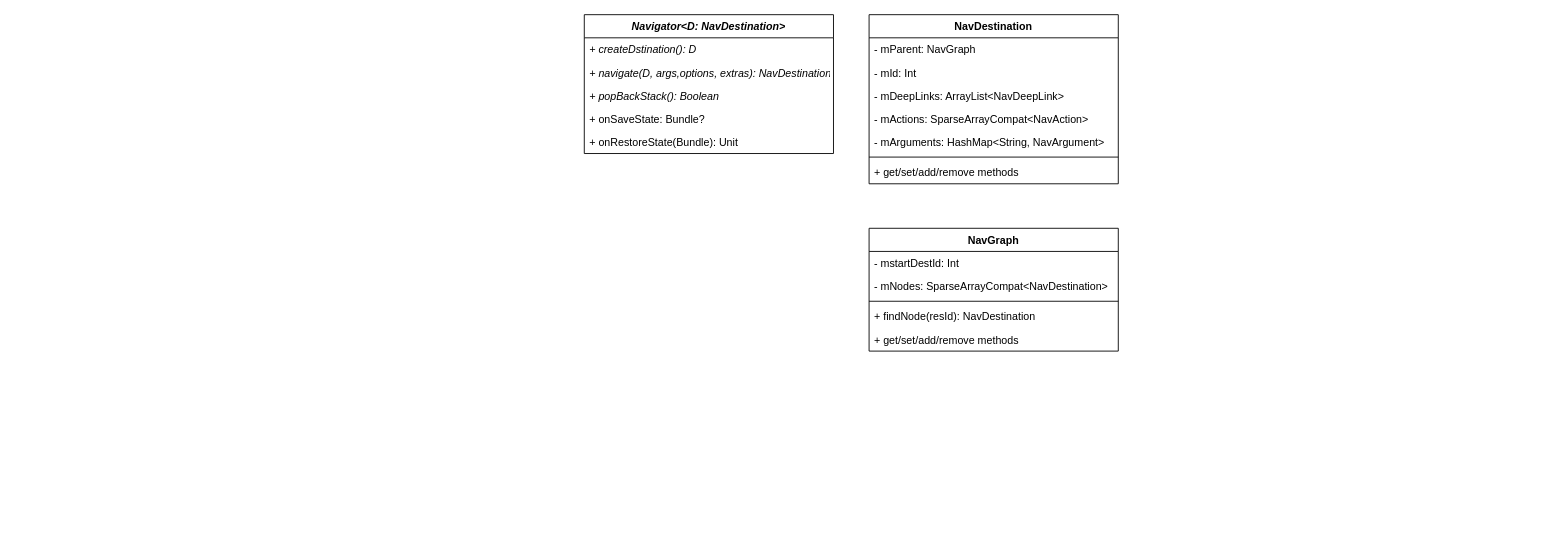
Cmdone/Draw.io keeps this draw.io diagram as Navigation.drawio. Above is the earlier version. Source tidied: cells renumbered, new cells numbered last; positions are measured from the earlier drawing's top-left corner, leaving out a move shared by most shapes. Both pictures are drawn from the tidied source at 89%, with x=0, y=0 at pixel (584, 14).
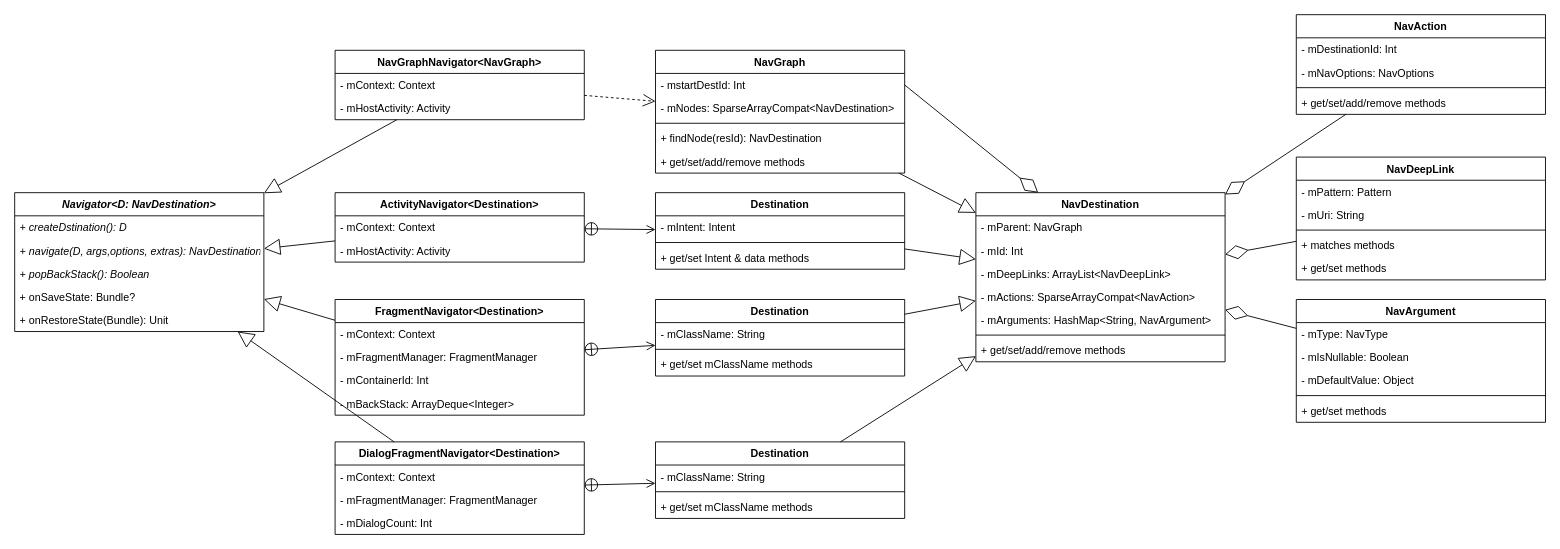
The same diagram, later.

Unchanged cells that the change refers to:
```xml
<mxCell id="17" value="- mstartDestId: Int" style="text;strokeColor=none;fillColor=none;align=left;verticalAlign=top;spacingLeft=4;spacingRight=4;overflow=hidden;points=[[0,0.5],[1,0.5]];portConstraint=eastwest;" parent="16" vertex="1">
  <mxGeometry y="26" width="280" height="26" as="geometry" />
</mxCell>
```

What changed in the source:
```diff
@@
     <mxCell id="2" value="NavDestination" style="swimlane;fontStyle=1;align=center;verticalAlign=top;horizontal=1;startSize=26;" parent="1" vertex="1">
-      <mxGeometry x="320" width="280" height="190" as="geometry" />
+      <mxGeometry x="440" y="200" width="280" height="190" as="geometry" />
     </mxCell>
@@
     <mxCell id="10" value="Navigator&lt;D: NavDestination&gt;" style="swimlane;fontStyle=3;align=center;verticalAlign=top;horizontal=1;startSize=26;" parent="1" vertex="1">
-      <mxGeometry width="280" height="156" as="geometry" />
+      <mxGeometry x="-640" y="200" width="280" height="156" as="geometry" />
     </mxCell>
@@
     <mxCell id="16" value="NavGraph" style="swimlane;fontStyle=1;align=center;verticalAlign=top;horizontal=1;startSize=26;" parent="1" vertex="1">
-      <mxGeometry x="320" y="240" width="280" height="138" as="geometry" />
+      <mxGeometry x="80" y="40" width="280" height="138" as="geometry" />
     </mxCell>
@@
+    <mxCell id="22" value="ActivityNavigator&lt;Destination&gt;" style="swimlane;fontStyle=1;align=center;verticalAlign=top;horizontal=1;startSize=26;" parent="1" vertex="1">
+      <mxGeometry x="-280" y="200" width="280" height="78" as="geometry" />
+    </mxCell>
+    <mxCell id="23" value="- mContext: Context" style="text;strokeColor=none;fillColor=none;align=left;verticalAlign=top;spacingLeft=4;spacingRight=4;overflow=hidden;fontStyle=0;" parent="22" vertex="1">
+      <mxGeometry y="26" width="280" height="26" as="geometry" />
+    </mxCell>
+    <mxCell id="24" value="- mHostActivity: Activity" style="text;strokeColor=none;fillColor=none;align=left;verticalAlign=top;spacingLeft=4;spacingRight=4;overflow=hidden;fontStyle=0;" parent="22" vertex="1">
+      <mxGeometry y="52" width="280" height="26" as="geometry" />
+    </mxCell>
+    <mxCell id="25" value="Destination" style="swimlane;fontStyle=1;align=center;verticalAlign=top;horizontal=1;startSize=26;" parent="1" vertex="1">
+      <mxGeometry x="80" y="200" width="280" height="86" as="geometry" />
+    </mxCell>
+    <mxCell id="26" value="- mIntent: Intent" style="text;strokeColor=none;fillColor=none;align=left;verticalAlign=top;spacingLeft=4;spacingRight=4;overflow=hidden;fontStyle=0;" parent="25" vertex="1">
+      <mxGeometry y="26" width="280" height="26" as="geometry" />
+    </mxCell>
+    <mxCell id="27" style="line;strokeWidth=1;fillColor=none;align=left;verticalAlign=middle;spacingTop=-1;spacingLeft=3;spacingRight=3;labelPosition=right;" parent="25" vertex="1">
+      <mxGeometry y="52" width="280" height="8" as="geometry" />
+    </mxCell>
+    <mxCell id="28" value="+ get/set Intent &amp; data methods" style="text;strokeColor=none;fillColor=none;align=left;verticalAlign=top;spacingLeft=4;spacingRight=4;overflow=hidden;" parent="25" vertex="1">
+      <mxGeometry y="60" width="280" height="26" as="geometry" />
+    </mxCell>
+    <mxCell id="29" style="endArrow=open;startArrow=circlePlus;endFill=0;startFill=0;endSize=8;html=1;" parent="1" edge="1" source="22" target="25">
+      <mxGeometry relative="1" as="geometry" />
+    </mxCell>
+    <mxCell id="30" style="endArrow=block;endSize=16;endFill=0;html=1;" parent="1" edge="1" source="25" target="2">
+      <mxGeometry relative="1" as="geometry" />
+    </mxCell>
+    <mxCell id="31" style="endArrow=block;endSize=16;endFill=0;html=1;" parent="1" edge="1" source="22" target="10">
+      <mxGeometry relative="1" as="geometry" />
+    </mxCell>
+    <mxCell id="32" style="endArrow=block;endSize=16;endFill=0;html=1;" parent="1" edge="1" source="16" target="2">
+      <mxGeometry relative="1" as="geometry" />
+    </mxCell>
+    <mxCell id="33" value="FragmentNavigator&lt;Destination&gt;" style="swimlane;fontStyle=1;align=center;verticalAlign=top;horizontal=1;startSize=26;" parent="1" vertex="1">
+      <mxGeometry x="-280" y="320" width="280" height="130" as="geometry" />
+    </mxCell>
+    <mxCell id="34" value="- mContext: Context" style="text;strokeColor=none;fillColor=none;align=left;verticalAlign=top;spacingLeft=4;spacingRight=4;overflow=hidden;fontStyle=0;" parent="33" vertex="1">
+      <mxGeometry y="26" width="280" height="26" as="geometry" />
+    </mxCell>
+    <mxCell id="35" value="- mFragmentManager: FragmentManager" style="text;strokeColor=none;fillColor=none;align=left;verticalAlign=top;spacingLeft=4;spacingRight=4;overflow=hidden;fontStyle=0;" parent="33" vertex="1">
+      <mxGeometry y="52" width="280" height="26" as="geometry" />
+    </mxCell>
+    <mxCell id="36" value="- mContainerId: Int" style="text;strokeColor=none;fillColor=none;align=left;verticalAlign=top;spacingLeft=4;spacingRight=4;overflow=hidden;fontStyle=0;" parent="33" vertex="1">
+      <mxGeometry y="78" width="280" height="26" as="geometry" />
+    </mxCell>
+    <mxCell id="37" value="- mBackStack: ArrayDeque&lt;Integer&gt;" style="text;strokeColor=none;fillColor=none;align=left;verticalAlign=top;spacingLeft=4;spacingRight=4;overflow=hidden;fontStyle=0;" parent="33" vertex="1">
+      <mxGeometry y="104" width="280" height="26" as="geometry" />
+    </mxCell>
+    <mxCell id="38" style="endArrow=block;endSize=16;endFill=0;html=1;" parent="1" edge="1" source="33" target="10">
+      <mxGeometry relative="1" as="geometry" />
+    </mxCell>
+    <mxCell id="39" value="Destination" style="swimlane;fontStyle=1;align=center;verticalAlign=top;horizontal=1;startSize=26;" parent="1" vertex="1">
+      <mxGeometry x="80" y="320" width="280" height="86" as="geometry" />
+    </mxCell>
+    <mxCell id="40" value="- mClassName: String" style="text;strokeColor=none;fillColor=none;align=left;verticalAlign=top;spacingLeft=4;spacingRight=4;overflow=hidden;fontStyle=0;" parent="39" vertex="1">
+      <mxGeometry y="26" width="280" height="26" as="geometry" />
+    </mxCell>
+    <mxCell id="41" style="line;strokeWidth=1;fillColor=none;align=left;verticalAlign=middle;spacingTop=-1;spacingLeft=3;spacingRight=3;labelPosition=right;" parent="39" vertex="1">
+      <mxGeometry y="52" width="280" height="8" as="geometry" />
+    </mxCell>
+    <mxCell id="42" value="+ get/set mClassName methods" style="text;strokeColor=none;fillColor=none;align=left;verticalAlign=top;spacingLeft=4;spacingRight=4;overflow=hidden;" parent="39" vertex="1">
+      <mxGeometry y="60" width="280" height="26" as="geometry" />
+    </mxCell>
+    <mxCell id="43" style="endArrow=open;startArrow=circlePlus;endFill=0;startFill=0;endSize=8;html=1;" parent="1" edge="1" source="33" target="39">
+      <mxGeometry relative="1" as="geometry" />
+    </mxCell>
+    <mxCell id="44" style="endArrow=block;endSize=16;endFill=0;html=1;" parent="1" edge="1" source="39" target="2">
+      <mxGeometry relative="1" as="geometry" />
+    </mxCell>
+    <mxCell id="45" value="DialogFragmentNavigator&lt;Destination&gt;" style="swimlane;fontStyle=1;align=center;verticalAlign=top;horizontal=1;startSize=26;" parent="1" vertex="1">
+      <mxGeometry x="-280" y="480" width="280" height="104" as="geometry" />
+    </mxCell>
+    <mxCell id="46" value="- mContext: Context" style="text;strokeColor=none;fillColor=none;align=left;verticalAlign=top;spacingLeft=4;spacingRight=4;overflow=hidden;fontStyle=0;" parent="45" vertex="1">
+      <mxGeometry y="26" width="280" height="26" as="geometry" />
+    </mxCell>
+    <mxCell id="47" value="- mFragmentManager: FragmentManager" style="text;strokeColor=none;fillColor=none;align=left;verticalAlign=top;spacingLeft=4;spacingRight=4;overflow=hidden;fontStyle=0;" parent="45" vertex="1">
+      <mxGeometry y="52" width="280" height="26" as="geometry" />
+    </mxCell>
+    <mxCell id="48" value="- mDialogCount: Int" style="text;strokeColor=none;fillColor=none;align=left;verticalAlign=top;spacingLeft=4;spacingRight=4;overflow=hidden;fontStyle=0;" parent="45" vertex="1">
+      <mxGeometry y="78" width="280" height="26" as="geometry" />
+    </mxCell>
+    <mxCell id="49" value="Destination" style="swimlane;fontStyle=1;align=center;verticalAlign=top;horizontal=1;startSize=26;" parent="1" vertex="1">
+      <mxGeometry x="80" y="480" width="280" height="86" as="geometry" />
+    </mxCell>
+    <mxCell id="50" value="- mClassName: String" style="text;strokeColor=none;fillColor=none;align=left;verticalAlign=top;spacingLeft=4;spacingRight=4;overflow=hidden;fontStyle=0;" parent="49" vertex="1">
+      <mxGeometry y="26" width="280" height="26" as="geometry" />
+    </mxCell>
+    <mxCell id="51" style="line;strokeWidth=1;fillColor=none;align=left;verticalAlign=middle;spacingTop=-1;spacingLeft=3;spacingRight=3;labelPosition=right;" parent="49" vertex="1">
+      <mxGeometry y="52" width="280" height="8" as="geometry" />
+    </mxCell>
+    <mxCell id="52" value="+ get/set mClassName methods" style="text;strokeColor=none;fillColor=none;align=left;verticalAlign=top;spacingLeft=4;spacingRight=4;overflow=hidden;" parent="49" vertex="1">
+      <mxGeometry y="60" width="280" height="26" as="geometry" />
+    </mxCell>
+    <mxCell id="53" style="endArrow=open;startArrow=circlePlus;endFill=0;startFill=0;endSize=8;html=1;" parent="1" edge="1" source="45" target="49">
+      <mxGeometry relative="1" as="geometry" />
+    </mxCell>
+    <mxCell id="54" style="endArrow=block;endSize=16;endFill=0;html=1;" parent="1" edge="1" source="49" target="2">
+      <mxGeometry relative="1" as="geometry" />
+    </mxCell>
+    <mxCell id="55" style="endArrow=diamondThin;endFill=0;endSize=24;html=1;entryX=0.25;entryY=0;entryDx=0;entryDy=0;exitX=1;exitY=0.5;exitDx=0;exitDy=0;" parent="1" edge="1" source="17" target="2">
+      <mxGeometry relative="1" as="geometry" />
+    </mxCell>
+    <mxCell id="56" value="NavAction" style="swimlane;fontStyle=1;align=center;verticalAlign=top;horizontal=1;startSize=26;" parent="1" vertex="1">
+      <mxGeometry x="800" width="280" height="112" as="geometry" />
+    </mxCell>
+    <mxCell id="57" value="- mDestinationId: Int" style="text;strokeColor=none;fillColor=none;align=left;verticalAlign=top;spacingLeft=4;spacingRight=4;overflow=hidden;" parent="56" vertex="1">
+      <mxGeometry y="26" width="280" height="26" as="geometry" />
+    </mxCell>
+    <mxCell id="58" value="- mNavOptions: NavOptions" style="text;strokeColor=none;fillColor=none;align=left;verticalAlign=top;spacingLeft=4;spacingRight=4;overflow=hidden;" parent="56" vertex="1">
+      <mxGeometry y="52" width="280" height="26" as="geometry" />
+    </mxCell>
+    <mxCell id="59" style="line;strokeWidth=1;fillColor=none;align=left;verticalAlign=middle;spacingTop=-1;spacingLeft=3;spacingRight=3;labelPosition=right;" parent="56" vertex="1">
+      <mxGeometry y="78" width="280" height="8" as="geometry" />
+    </mxCell>
+    <mxCell id="60" value="+ get/set/add/remove methods" style="text;strokeColor=none;fillColor=none;align=left;verticalAlign=top;spacingLeft=4;spacingRight=4;overflow=hidden;" parent="56" vertex="1">
+      <mxGeometry y="86" width="280" height="26" as="geometry" />
+    </mxCell>
+    <mxCell id="61" value="NavDeepLink" style="swimlane;fontStyle=1;align=center;verticalAlign=top;horizontal=1;startSize=26;" parent="1" vertex="1">
+      <mxGeometry x="800" y="160" width="280" height="138" as="geometry" />
+    </mxCell>
+    <mxCell id="62" value="- mPattern: Pattern" style="text;strokeColor=none;fillColor=none;align=left;verticalAlign=top;spacingLeft=4;spacingRight=4;overflow=hidden;" parent="61" vertex="1">
+      <mxGeometry y="26" width="280" height="26" as="geometry" />
+    </mxCell>
+    <mxCell id="63" value="- mUri: String" style="text;strokeColor=none;fillColor=none;align=left;verticalAlign=top;spacingLeft=4;spacingRight=4;overflow=hidden;" parent="61" vertex="1">
+      <mxGeometry y="52" width="280" height="26" as="geometry" />
+    </mxCell>
+    <mxCell id="64" style="line;strokeWidth=1;fillColor=none;align=left;verticalAlign=middle;spacingTop=-1;spacingLeft=3;spacingRight=3;labelPosition=right;" parent="61" vertex="1">
+      <mxGeometry y="78" width="280" height="8" as="geometry" />
+    </mxCell>
+    <mxCell id="65" value="+ matches methods" style="text;strokeColor=none;fillColor=none;align=left;verticalAlign=top;spacingLeft=4;spacingRight=4;overflow=hidden;" parent="61" vertex="1">
+      <mxGeometry y="86" width="280" height="26" as="geometry" />
+    </mxCell>
+    <mxCell id="66" value="+ get/set methods" style="text;strokeColor=none;fillColor=none;align=left;verticalAlign=top;spacingLeft=4;spacingRight=4;overflow=hidden;" parent="61" vertex="1">
+      <mxGeometry y="112" width="280" height="26" as="geometry" />
+    </mxCell>
+    <mxCell id="67" style="endArrow=diamondThin;endFill=0;endSize=24;html=1;" parent="1" edge="1" source="56" target="2">
+      <mxGeometry relative="1" as="geometry" />
+    </mxCell>
+    <mxCell id="68" style="endArrow=diamondThin;endFill=0;endSize=24;html=1;" parent="1" edge="1" source="61" target="2">
+      <mxGeometry relative="1" as="geometry" />
+    </mxCell>
+    <mxCell id="69" value="NavArgument" style="swimlane;fontStyle=1;align=center;verticalAlign=top;horizontal=1;startSize=26;" parent="1" vertex="1">
+      <mxGeometry x="800" y="320" width="280" height="138" as="geometry" />
+    </mxCell>
+    <mxCell id="70" value="- mType: NavType" style="text;strokeColor=none;fillColor=none;align=left;verticalAlign=top;spacingLeft=4;spacingRight=4;overflow=hidden;" parent="69" vertex="1">
+      <mxGeometry y="26" width="280" height="26" as="geometry" />
+    </mxCell>
+    <mxCell id="71" value="- mIsNullable: Boolean" style="text;strokeColor=none;fillColor=none;align=left;verticalAlign=top;spacingLeft=4;spacingRight=4;overflow=hidden;" parent="69" vertex="1">
+      <mxGeometry y="52" width="280" height="26" as="geometry" />
+    </mxCell>
+    <mxCell id="72" value="- mDefaultValue: Object" style="text;strokeColor=none;fillColor=none;align=left;verticalAlign=top;spacingLeft=4;spacingRight=4;overflow=hidden;" parent="69" vertex="1">
+      <mxGeometry y="78" width="280" height="26" as="geometry" />
+    </mxCell>
+    <mxCell id="73" style="line;strokeWidth=1;fillColor=none;align=left;verticalAlign=middle;spacingTop=-1;spacingLeft=3;spacingRight=3;labelPosition=right;" parent="69" vertex="1">
+      <mxGeometry y="104" width="280" height="8" as="geometry" />
+    </mxCell>
+    <mxCell id="74" value="+ get/set methods" style="text;strokeColor=none;fillColor=none;align=left;verticalAlign=top;spacingLeft=4;spacingRight=4;overflow=hidden;" parent="69" vertex="1">
+      <mxGeometry y="112" width="280" height="26" as="geometry" />
+    </mxCell>
+    <mxCell id="75" style="endArrow=diamondThin;endFill=0;endSize=24;html=1;" parent="1" edge="1" source="69" target="2">
+      <mxGeometry relative="1" as="geometry" />
+    </mxCell>
+    <mxCell id="76" value="NavGraphNavigator&lt;NavGraph&gt;" style="swimlane;fontStyle=1;align=center;verticalAlign=top;horizontal=1;startSize=26;" parent="1" vertex="1">
+      <mxGeometry x="-280" y="40" width="280" height="78" as="geometry" />
+    </mxCell>
+    <mxCell id="77" value="- mContext: Context" style="text;strokeColor=none;fillColor=none;align=left;verticalAlign=top;spacingLeft=4;spacingRight=4;overflow=hidden;fontStyle=0;" parent="76" vertex="1">
+      <mxGeometry y="26" width="280" height="26" as="geometry" />
+    </mxCell>
+    <mxCell id="78" value="- mHostActivity: Activity" style="text;strokeColor=none;fillColor=none;align=left;verticalAlign=top;spacingLeft=4;spacingRight=4;overflow=hidden;fontStyle=0;" parent="76" vertex="1">
+      <mxGeometry y="52" width="280" height="26" as="geometry" />
+    </mxCell>
+    <mxCell id="79" style="endArrow=open;endSize=12;dashed=1;html=1;" parent="1" edge="1" source="76" target="16">
+      <mxGeometry relative="1" as="geometry" />
+    </mxCell>
+    <mxCell id="80" style="endArrow=block;endSize=16;endFill=0;html=1;" parent="1" edge="1" source="76" target="10">
+      <mxGeometry relative="1" as="geometry" />
+    </mxCell>
+    <mxCell id="81" style="endArrow=block;endSize=16;endFill=0;html=1;" parent="1" edge="1" source="45" target="10">
+      <mxGeometry relative="1" as="geometry" />
+    </mxCell>
```
